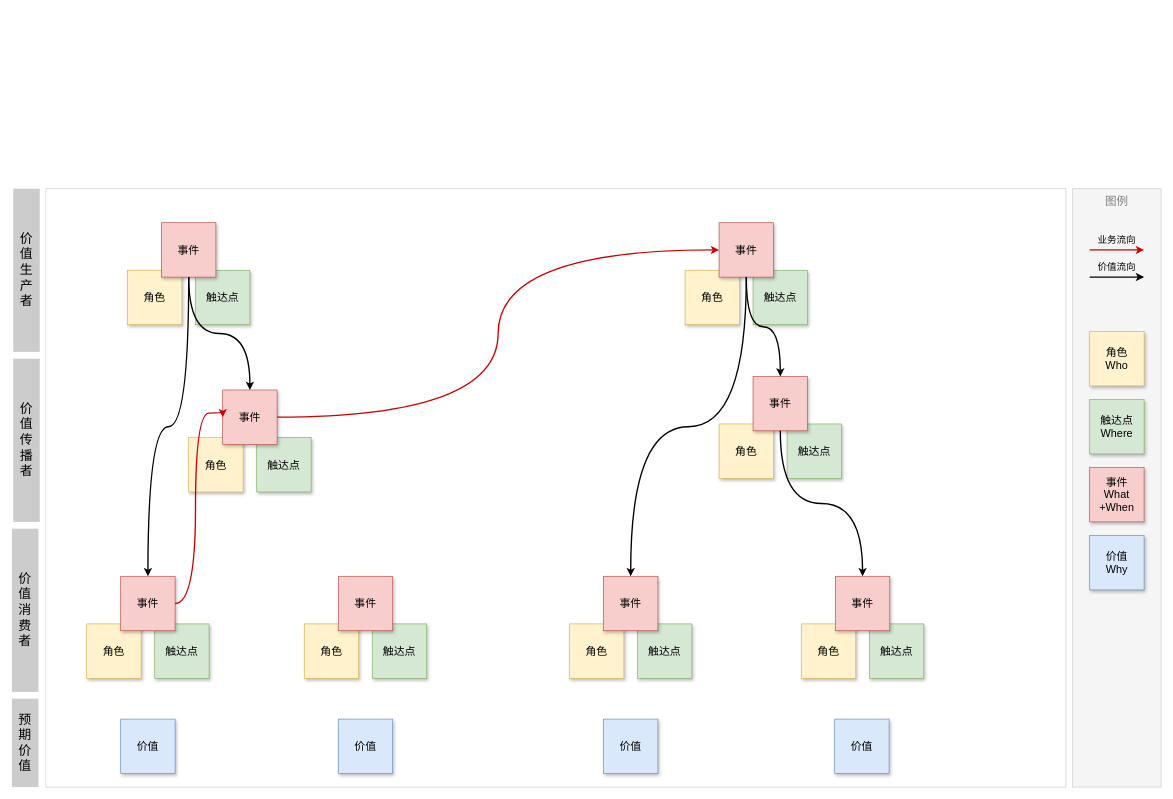
Before: page "价值故事" (1 of 2) of 价值驱动建模-v1.0.drawio in it2cgy/doc, a draw.io diagram. Source tidied: cells renumbered, new cells numbered last; positions are measured from the earlier drawing's top-left corner, leaving out a move shared by most shapes. Both pictures are drawn from the tidied source at 68%, with x=0, y=0 at pixel (12, 188).
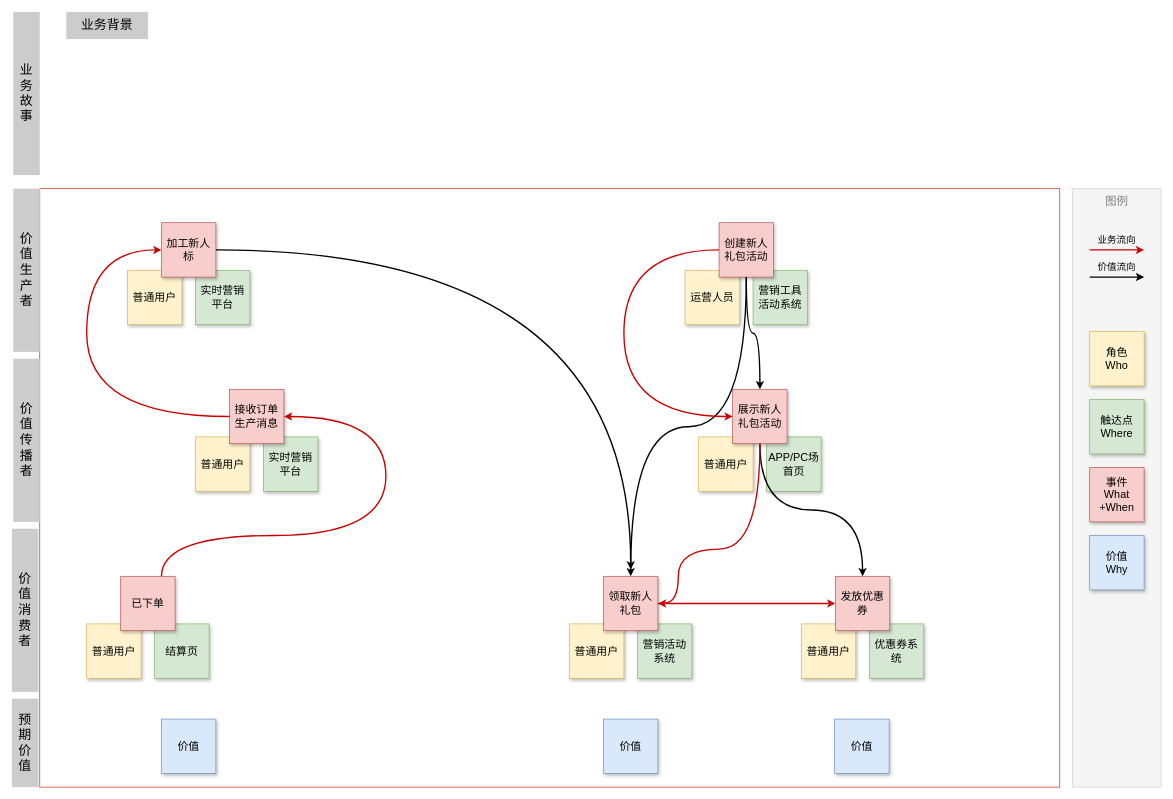
After the change.

The change refers to these unchanged cells:
```xml
<mxCell id="20" style="group;" parent="1" vertex="1">
  <mxGeometry x="110" y="570" width="180" height="150" as="geometry" />
</mxCell>
<mxCell id="28" style="group;" parent="1" vertex="1">
  <mxGeometry x="820" y="570" width="180" height="150" as="geometry" />
</mxCell>
<mxCell id="32" style="group;" parent="1" vertex="1">
  <mxGeometry x="1161" y="570" width="180" height="150" as="geometry" />
</mxCell>
<mxCell id="40" style="group;" parent="1" vertex="1">
  <mxGeometry x="170" y="50" width="180" height="150" as="geometry" />
</mxCell>
<mxCell id="46" style="group;" parent="1" vertex="1">
  <mxGeometry x="990" y="50" width="180" height="150" as="geometry" />
</mxCell>
```

What changed in the source:
```diff
@@
-    <mxCell id="2" style="rounded=0;whiteSpace=wrap;html=1;sketch=0;fontFamily=京东朗正体;fontSize=19;strokeWidth=1;fillColor=none;strokeColor=#CCCCCC;" parent="1" vertex="1">
-      <mxGeometry x="50" width="1500" height="880" as="geometry" />
+    <mxCell id="2" style="rounded=0;whiteSpace=wrap;html=1;sketch=0;fontFamily=京东朗正体;fontSize=19;strokeWidth=1;fillColor=none;strokeColor=#CC2310;" parent="1" vertex="1">
+      <mxGeometry x="41" width="1500" height="880" as="geometry" />
     </mxCell>
@@
     <mxCell id="14" value="价值" style="whiteSpace=wrap;html=1;fillColor=#dae8fc;strokeColor=#6c8ebf;shadow=1;sketch=0;glass=0;fontSize=16;fontFamily=京东朗正体;" parent="1" vertex="1">
-      <mxGeometry x="160" y="780" width="80" height="80" as="geometry" />
+      <mxGeometry x="220" y="780" width="80" height="80" as="geometry" />
     </mxCell>
-    <mxCell id="15" value="价值" style="whiteSpace=wrap;html=1;fillColor=#dae8fc;strokeColor=#6c8ebf;shadow=1;sketch=0;glass=0;fontSize=16;fontFamily=京东朗正体;" parent="1" vertex="1">
-      <mxGeometry x="480" y="780" width="80" height="80" as="geometry" />
-    </mxCell>
@@
-    <mxCell id="21" value="角色" style="whiteSpace=wrap;html=1;fillColor=#fff2cc;strokeColor=#d6b656;shadow=1;sketch=0;glass=0;fontSize=16;fontFamily=京东朗正体;" parent="20" vertex="1">
+    <mxCell id="21" value="普通用户" style="whiteSpace=wrap;html=1;fillColor=#fff2cc;strokeColor=#d6b656;shadow=1;sketch=0;glass=0;fontSize=16;fontFamily=京东朗正体;" parent="20" vertex="1">
       <mxGeometry y="70" width="80" height="80" as="geometry" />
     </mxCell>
-    <mxCell id="22" value="触达点" style="whiteSpace=wrap;html=1;fillColor=#d5e8d4;strokeColor=#82b366;shadow=1;sketch=0;glass=0;fontSize=16;fontFamily=京东朗正体;" parent="20" vertex="1">
+    <mxCell id="22" value="结算页" style="whiteSpace=wrap;html=1;fillColor=#d5e8d4;strokeColor=#82b366;shadow=1;sketch=0;glass=0;fontSize=16;fontFamily=京东朗正体;" parent="20" vertex="1">
       <mxGeometry x="100" y="70" width="80" height="80" as="geometry" />
     </mxCell>
-    <mxCell id="23" value="事件" style="whiteSpace=wrap;html=1;fillColor=#f8cecc;strokeColor=#b85450;shadow=1;sketch=0;glass=0;fontSize=16;fontFamily=京东朗正体;" parent="20" vertex="1">
+    <mxCell id="23" value="已下单" style="whiteSpace=wrap;html=1;fillColor=#f8cecc;strokeColor=#b85450;shadow=1;sketch=0;glass=0;fontSize=16;fontFamily=京东朗正体;" parent="20" vertex="1">
       <mxGeometry x="50" width="80" height="80" as="geometry" />
     </mxCell>
-    <mxCell id="24" style="group;" parent="1" vertex="1">
-      <mxGeometry x="430" y="570" width="180" height="150" as="geometry" />
-    </mxCell>
-    <mxCell id="25" value="角色" style="whiteSpace=wrap;html=1;fillColor=#fff2cc;strokeColor=#d6b656;shadow=1;sketch=0;glass=0;fontSize=16;fontFamily=京东朗正体;" parent="24" vertex="1">
-      <mxGeometry y="70" width="80" height="80" as="geometry" />
-    </mxCell>
-    <mxCell id="26" value="触达点" style="whiteSpace=wrap;html=1;fillColor=#d5e8d4;strokeColor=#82b366;shadow=1;sketch=0;glass=0;fontSize=16;fontFamily=京东朗正体;" parent="24" vertex="1">
-      <mxGeometry x="100" y="70" width="80" height="80" as="geometry" />
-    </mxCell>
-    <mxCell id="27" value="事件" style="whiteSpace=wrap;html=1;fillColor=#f8cecc;strokeColor=#b85450;shadow=1;sketch=0;glass=0;fontSize=16;fontFamily=京东朗正体;" parent="24" vertex="1">
-      <mxGeometry x="50" width="80" height="80" as="geometry" />
-    </mxCell>
@@
-    <mxCell id="29" value="角色" style="whiteSpace=wrap;html=1;fillColor=#fff2cc;strokeColor=#d6b656;shadow=1;sketch=0;glass=0;fontSize=16;fontFamily=京东朗正体;" parent="28" vertex="1">
+    <mxCell id="29" value="普通用户" style="whiteSpace=wrap;html=1;fillColor=#fff2cc;strokeColor=#d6b656;shadow=1;sketch=0;glass=0;fontSize=16;fontFamily=京东朗正体;" parent="28" vertex="1">
       <mxGeometry y="70" width="80" height="80" as="geometry" />
     </mxCell>
-    <mxCell id="30" value="触达点" style="whiteSpace=wrap;html=1;fillColor=#d5e8d4;strokeColor=#82b366;shadow=1;sketch=0;glass=0;fontSize=16;fontFamily=京东朗正体;" parent="28" vertex="1">
+    <mxCell id="30" value="营销活动系统" style="whiteSpace=wrap;html=1;fillColor=#d5e8d4;strokeColor=#82b366;shadow=1;sketch=0;glass=0;fontSize=16;fontFamily=京东朗正体;" parent="28" vertex="1">
       <mxGeometry x="100" y="70" width="80" height="80" as="geometry" />
     </mxCell>
-    <mxCell id="31" value="事件" style="whiteSpace=wrap;html=1;fillColor=#f8cecc;strokeColor=#b85450;shadow=1;sketch=0;glass=0;fontSize=16;fontFamily=京东朗正体;" parent="28" vertex="1">
+    <mxCell id="31" value="领取新人礼包" style="whiteSpace=wrap;html=1;fillColor=#f8cecc;strokeColor=#b85450;shadow=1;sketch=0;glass=0;fontSize=16;fontFamily=京东朗正体;" parent="28" vertex="1">
       <mxGeometry x="50" width="80" height="80" as="geometry" />
     </mxCell>
@@
-    <mxCell id="33" value="角色" style="whiteSpace=wrap;html=1;fillColor=#fff2cc;strokeColor=#d6b656;shadow=1;sketch=0;glass=0;fontSize=16;fontFamily=京东朗正体;" parent="32" vertex="1">
+    <mxCell id="33" value="普通用户" style="whiteSpace=wrap;html=1;fillColor=#fff2cc;strokeColor=#d6b656;shadow=1;sketch=0;glass=0;fontSize=16;fontFamily=京东朗正体;" parent="32" vertex="1">
       <mxGeometry y="70" width="80" height="80" as="geometry" />
     </mxCell>
-    <mxCell id="34" value="触达点" style="whiteSpace=wrap;html=1;fillColor=#d5e8d4;strokeColor=#82b366;shadow=1;sketch=0;glass=0;fontSize=16;fontFamily=京东朗正体;" parent="32" vertex="1">
+    <mxCell id="34" value="优惠券系统" style="whiteSpace=wrap;html=1;fillColor=#d5e8d4;strokeColor=#82b366;shadow=1;sketch=0;glass=0;fontSize=16;fontFamily=京东朗正体;" parent="32" vertex="1">
       <mxGeometry x="100" y="70" width="80" height="80" as="geometry" />
     </mxCell>
-    <mxCell id="35" value="事件" style="whiteSpace=wrap;html=1;fillColor=#f8cecc;strokeColor=#b85450;shadow=1;sketch=0;glass=0;fontSize=16;fontFamily=京东朗正体;" parent="32" vertex="1">
+    <mxCell id="35" value="发放优惠券" style="whiteSpace=wrap;html=1;fillColor=#f8cecc;strokeColor=#b85450;shadow=1;sketch=0;glass=0;fontSize=16;fontFamily=京东朗正体;" parent="32" vertex="1">
       <mxGeometry x="50" width="80" height="80" as="geometry" />
     </mxCell>
     <mxCell id="36" style="group;" parent="1" vertex="1">
-      <mxGeometry x="260" y="296" width="180" height="150" as="geometry" />
+      <mxGeometry x="270" y="295" width="180" height="150" as="geometry" />
     </mxCell>
-    <mxCell id="37" value="角色" style="whiteSpace=wrap;html=1;fillColor=#fff2cc;strokeColor=#d6b656;shadow=1;sketch=0;glass=0;fontSize=16;fontFamily=京东朗正体;" parent="36" vertex="1">
+    <mxCell id="37" value="普通用户" style="whiteSpace=wrap;html=1;fillColor=#fff2cc;strokeColor=#d6b656;shadow=1;sketch=0;glass=0;fontSize=16;fontFamily=京东朗正体;" parent="36" vertex="1">
       <mxGeometry y="70" width="80" height="80" as="geometry" />
     </mxCell>
-    <mxCell id="38" value="触达点" style="whiteSpace=wrap;html=1;fillColor=#d5e8d4;strokeColor=#82b366;shadow=1;sketch=0;glass=0;fontSize=16;fontFamily=京东朗正体;" parent="36" vertex="1">
+    <mxCell id="38" value="实时营销平台" style="whiteSpace=wrap;html=1;fillColor=#d5e8d4;strokeColor=#82b366;shadow=1;sketch=0;glass=0;fontSize=16;fontFamily=京东朗正体;" parent="36" vertex="1">
       <mxGeometry x="100" y="70" width="80" height="80" as="geometry" />
     </mxCell>
-    <mxCell id="39" value="事件" style="whiteSpace=wrap;html=1;fillColor=#f8cecc;strokeColor=#b85450;shadow=1;sketch=0;glass=0;fontSize=16;fontFamily=京东朗正体;" parent="36" vertex="1">
+    <mxCell id="39" value="接收订单生产消息" style="whiteSpace=wrap;html=1;fillColor=#f8cecc;strokeColor=#b85450;shadow=1;sketch=0;glass=0;fontSize=16;fontFamily=京东朗正体;" parent="36" vertex="1">
       <mxGeometry x="50" width="80" height="80" as="geometry" />
     </mxCell>
@@
-    <mxCell id="41" value="角色" style="whiteSpace=wrap;html=1;fillColor=#fff2cc;strokeColor=#d6b656;shadow=1;sketch=0;glass=0;fontSize=16;fontFamily=京东朗正体;" parent="40" vertex="1">
+    <mxCell id="41" value="普通用户" style="whiteSpace=wrap;html=1;fillColor=#fff2cc;strokeColor=#d6b656;shadow=1;sketch=0;glass=0;fontSize=16;fontFamily=京东朗正体;" parent="40" vertex="1">
       <mxGeometry y="70" width="80" height="80" as="geometry" />
     </mxCell>
-    <mxCell id="42" value="触达点" style="whiteSpace=wrap;html=1;fillColor=#d5e8d4;strokeColor=#82b366;shadow=1;sketch=0;glass=0;fontSize=16;fontFamily=京东朗正体;" parent="40" vertex="1">
+    <mxCell id="42" value="实时营销平台" style="whiteSpace=wrap;html=1;fillColor=#d5e8d4;strokeColor=#82b366;shadow=1;sketch=0;glass=0;fontSize=16;fontFamily=京东朗正体;" parent="40" vertex="1">
       <mxGeometry x="100" y="70" width="80" height="80" as="geometry" />
     </mxCell>
-    <mxCell id="43" value="事件" style="whiteSpace=wrap;html=1;fillColor=#f8cecc;strokeColor=#b85450;shadow=1;sketch=0;glass=0;fontSize=16;fontFamily=京东朗正体;" parent="40" vertex="1">
+    <mxCell id="43" value="加工新人标" style="whiteSpace=wrap;html=1;fillColor=#f8cecc;strokeColor=#b85450;shadow=1;sketch=0;glass=0;fontSize=16;fontFamily=京东朗正体;" parent="40" vertex="1">
       <mxGeometry x="50" width="80" height="80" as="geometry" />
     </mxCell>
-    <mxCell id="44" style="curved=1;endArrow=classic;html=1;fontFamily=京东朗正;fontSize=16;strokeColor=#000000;strokeWidth=2;sketch=0;anchorPointDirection=1;exitX=0.5;exitY=1;exitDx=0;exitDy=0;entryX=0.5;entryY=0;entryDx=0;entryDy=0;edgeStyle=orthogonalEdgeStyle;" parent="1" edge="1" source="43" target="39">
-      <mxGeometry relative="1" as="geometry" />
-    </mxCell>
-    <mxCell id="45" style="curved=1;endArrow=classic;html=1;fontFamily=京东朗正;fontSize=16;strokeColor=#000000;strokeWidth=2;sketch=0;anchorPointDirection=1;exitX=0.5;exitY=1;exitDx=0;exitDy=0;edgeStyle=orthogonalEdgeStyle;" parent="1" edge="1" source="43">
-      <mxGeometry relative="1" as="geometry">
-        <mxPoint x="200" y="570" as="targetPoint" />
-      </mxGeometry>
-    </mxCell>
@@
-    <mxCell id="47" value="角色" style="whiteSpace=wrap;html=1;fillColor=#fff2cc;strokeColor=#d6b656;shadow=1;sketch=0;glass=0;fontSize=16;fontFamily=京东朗正体;" parent="46" vertex="1">
+    <mxCell id="47" value="运营人员" style="whiteSpace=wrap;html=1;fillColor=#fff2cc;strokeColor=#d6b656;shadow=1;sketch=0;glass=0;fontSize=16;fontFamily=京东朗正体;" parent="46" vertex="1">
       <mxGeometry y="70" width="80" height="80" as="geometry" />
     </mxCell>
-    <mxCell id="48" value="触达点" style="whiteSpace=wrap;html=1;fillColor=#d5e8d4;strokeColor=#82b366;shadow=1;sketch=0;glass=0;fontSize=16;fontFamily=京东朗正体;" parent="46" vertex="1">
+    <mxCell id="48" value="营销工具活动系统" style="whiteSpace=wrap;html=1;fillColor=#d5e8d4;strokeColor=#82b366;shadow=1;sketch=0;glass=0;fontSize=16;fontFamily=京东朗正体;" parent="46" vertex="1">
       <mxGeometry x="100" y="70" width="80" height="80" as="geometry" />
     </mxCell>
-    <mxCell id="49" value="事件" style="whiteSpace=wrap;html=1;fillColor=#f8cecc;strokeColor=#b85450;shadow=1;sketch=0;glass=0;fontSize=16;fontFamily=京东朗正体;" parent="46" vertex="1">
+    <mxCell id="49" value="创建新人礼包活动" style="whiteSpace=wrap;html=1;fillColor=#f8cecc;strokeColor=#b85450;shadow=1;sketch=0;glass=0;fontSize=16;fontFamily=京东朗正体;" parent="46" vertex="1">
       <mxGeometry x="50" width="80" height="80" as="geometry" />
     </mxCell>
     <mxCell id="50" style="group;" parent="1" vertex="1">
-      <mxGeometry x="1040" y="276" width="180" height="150" as="geometry" />
+      <mxGeometry x="1010" y="295" width="180" height="150" as="geometry" />
     </mxCell>
-    <mxCell id="51" value="角色" style="whiteSpace=wrap;html=1;fillColor=#fff2cc;strokeColor=#d6b656;shadow=1;sketch=0;glass=0;fontSize=16;fontFamily=京东朗正体;" parent="50" vertex="1">
+    <mxCell id="51" value="普通用户" style="whiteSpace=wrap;html=1;fillColor=#fff2cc;strokeColor=#d6b656;shadow=1;sketch=0;glass=0;fontSize=16;fontFamily=京东朗正体;" parent="50" vertex="1">
       <mxGeometry y="70" width="80" height="80" as="geometry" />
     </mxCell>
-    <mxCell id="52" value="触达点" style="whiteSpace=wrap;html=1;fillColor=#d5e8d4;strokeColor=#82b366;shadow=1;sketch=0;glass=0;fontSize=16;fontFamily=京东朗正体;" parent="50" vertex="1">
+    <mxCell id="52" value="APP/PC场首页" style="whiteSpace=wrap;html=1;fillColor=#d5e8d4;strokeColor=#82b366;shadow=1;sketch=0;glass=0;fontSize=16;fontFamily=京东朗正体;" parent="50" vertex="1">
       <mxGeometry x="100" y="70" width="80" height="80" as="geometry" />
     </mxCell>
-    <mxCell id="53" value="事件" style="whiteSpace=wrap;html=1;fillColor=#f8cecc;strokeColor=#b85450;shadow=1;sketch=0;glass=0;fontSize=16;fontFamily=京东朗正体;" parent="50" vertex="1">
+    <mxCell id="53" value="展示新人礼包活动" style="whiteSpace=wrap;html=1;fillColor=#f8cecc;strokeColor=#b85450;shadow=1;sketch=0;glass=0;fontSize=16;fontFamily=京东朗正体;" parent="50" vertex="1">
       <mxGeometry x="50" width="80" height="80" as="geometry" />
     </mxCell>
@@
-    <mxCell id="57" style="curved=1;endArrow=classic;html=1;fontFamily=京东朗正;fontSize=16;strokeColor=#CC0000;strokeWidth=2;sketch=0;anchorPointDirection=1;exitX=1;exitY=0.5;exitDx=0;exitDy=0;edgeStyle=orthogonalEdgeStyle;entryX=0;entryY=0.5;entryDx=0;entryDy=0;" parent="1" edge="1" source="39" target="49">
-      <mxGeometry relative="1" as="geometry" />
-    </mxCell>
-    <mxCell id="58" style="curved=1;endArrow=classic;html=1;fontFamily=京东朗正;fontSize=16;strokeColor=#CC0000;strokeWidth=2;sketch=0;anchorPointDirection=1;exitX=1;exitY=0.5;exitDx=0;exitDy=0;edgeStyle=orthogonalEdgeStyle;entryX=0;entryY=0.5;entryDx=0;entryDy=0;" parent="1" edge="1" source="23" target="39">
-      <mxGeometry relative="1" as="geometry">
-        <Array as="points">
-          <mxPoint x="270" y="610" />
-          <mxPoint x="270" y="330" />
-        </Array>
-      </mxGeometry>
-    </mxCell>
@@
+    <mxCell id="61" value="业务故事" style="rounded=0;whiteSpace=wrap;html=1;sketch=0;fontFamily=京东朗正体;fontSize=19;fontColor=#000000;strokeColor=none;strokeWidth=1;fillColor=#CCCCCC;" parent="1" vertex="1">
+      <mxGeometry x="2" y="-260" width="39" height="240" as="geometry" />
+    </mxCell>
+    <mxCell id="62" value="业务背景" style="rounded=0;whiteSpace=wrap;html=1;sketch=0;fontFamily=京东朗正体;fontSize=19;fontColor=#000000;strokeColor=none;strokeWidth=1;fillColor=#CCCCCC;" parent="1" vertex="1">
+      <mxGeometry x="80" y="-260" width="120" height="40" as="geometry" />
+    </mxCell>
+    <mxCell id="63" style="curved=1;endArrow=classic;html=1;fontFamily=京东朗正;fontSize=16;strokeColor=#000000;strokeWidth=2;sketch=0;anchorPointDirection=1;edgeStyle=orthogonalEdgeStyle;" parent="1" edge="1" source="43">
+      <mxGeometry relative="1" as="geometry">
+        <mxPoint x="910" y="560" as="targetPoint" />
+      </mxGeometry>
+    </mxCell>
+    <mxCell id="64" style="curved=1;endArrow=classic;html=1;fontFamily=京东朗正;fontSize=16;strokeColor=#CC0000;strokeWidth=2;sketch=0;anchorPointDirection=1;edgeStyle=orthogonalEdgeStyle;exitX=0;exitY=0.5;exitDx=0;exitDy=0;" parent="1" edge="1" source="39">
+      <mxGeometry relative="1" as="geometry">
+        <mxPoint x="220" y="90" as="targetPoint" />
+        <Array as="points">
+          <mxPoint x="110" y="335" />
+          <mxPoint x="110" y="90" />
+        </Array>
+      </mxGeometry>
+    </mxCell>
+    <mxCell id="58" style="endArrow=classic;html=1;fontFamily=京东朗正;fontSize=16;strokeColor=#CC0000;strokeWidth=2;sketch=0;anchorPointDirection=1;exitX=0.75;exitY=0;exitDx=0;exitDy=0;entryX=1;entryY=0.5;entryDx=0;entryDy=0;edgeStyle=orthogonalEdgeStyle;curved=1;" parent="1" edge="1" source="23" target="39">
+      <mxGeometry relative="1" as="geometry">
+        <Array as="points">
+          <mxPoint x="220" y="510" />
+          <mxPoint x="550" y="510" />
+          <mxPoint x="550" y="335" />
+        </Array>
+      </mxGeometry>
+    </mxCell>
+    <mxCell id="65" style="edgeStyle=orthogonalEdgeStyle;rounded=0;jettySize=auto;html=1;exitX=1;exitY=0.5;exitDx=0;exitDy=0;strokeColor=#CC0000;strokeWidth=2;" parent="1" edge="1" source="31" target="35">
+      <mxGeometry relative="1" as="geometry" />
+    </mxCell>
+    <mxCell id="66" style="edgeStyle=orthogonalEdgeStyle;curved=1;rounded=0;jettySize=auto;html=1;exitX=0;exitY=0.5;exitDx=0;exitDy=0;entryX=0;entryY=0.5;entryDx=0;entryDy=0;strokeColor=#CC0000;strokeWidth=2;" parent="1" edge="1" source="49" target="53">
+      <mxGeometry relative="1" as="geometry">
+        <Array as="points">
+          <mxPoint x="900" y="90" />
+          <mxPoint x="900" y="335" />
+        </Array>
+      </mxGeometry>
+    </mxCell>
+    <mxCell id="67" style="edgeStyle=orthogonalEdgeStyle;curved=1;rounded=0;jettySize=auto;html=1;exitX=0.5;exitY=1;exitDx=0;exitDy=0;strokeColor=#CC0000;strokeWidth=2;" parent="1" edge="1" source="53">
+      <mxGeometry relative="1" as="geometry">
+        <mxPoint x="950" y="610" as="targetPoint" />
+        <Array as="points">
+          <mxPoint x="1100" y="530" />
+          <mxPoint x="980" y="530" />
+          <mxPoint x="980" y="610" />
+        </Array>
+      </mxGeometry>
+    </mxCell>
```
